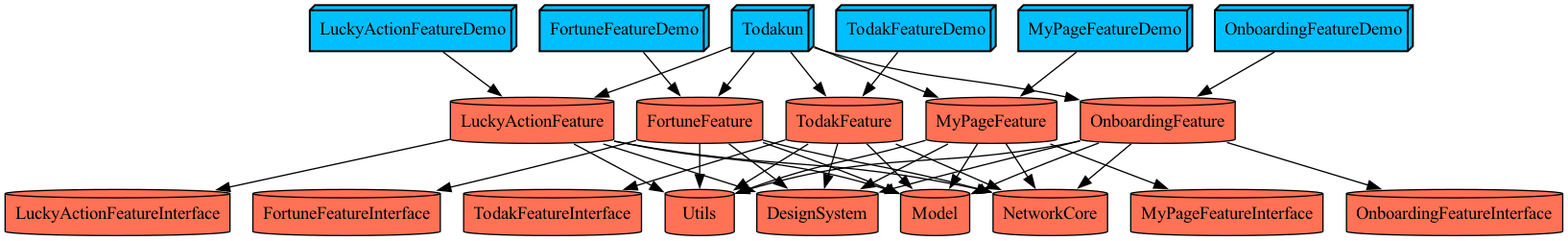
Earlier version of the Graphviz export docs/graph.png (YAPP-Github/28th-App-Team-2-iOS). Its source is kept beside it as docs/graph.dot. Its diagram source:
```dot
digraph {
  DesignSystem [fillcolor=coral1 shape=cylinder style=filled]
  FortuneFeature -> DesignSystem
  FortuneFeature -> FortuneFeatureInterface
  FortuneFeature -> Model
  FortuneFeature -> NetworkCore
  FortuneFeature -> Utils
  FortuneFeature [fillcolor=coral1 shape=cylinder style=filled]
  FortuneFeatureDemo -> FortuneFeature
  FortuneFeatureDemo [fillcolor=deepskyblue penwidth="1.5" shape=box3d style=filled]
  FortuneFeatureInterface [fillcolor=coral1 shape=cylinder style=filled]
  LuckyActionFeature -> DesignSystem
  LuckyActionFeature -> LuckyActionFeatureInterface
  LuckyActionFeature -> Model
  LuckyActionFeature -> NetworkCore
  LuckyActionFeature -> Utils
  LuckyActionFeature [fillcolor=coral1 shape=cylinder style=filled]
  LuckyActionFeatureDemo -> LuckyActionFeature
  LuckyActionFeatureDemo [fillcolor=deepskyblue penwidth="1.5" shape=box3d style=filled]
  LuckyActionFeatureInterface [fillcolor=coral1 shape=cylinder style=filled]
  Model [fillcolor=coral1 shape=cylinder style=filled]
  MyPageFeature -> DesignSystem
  MyPageFeature -> Model
  MyPageFeature -> MyPageFeatureInterface
  MyPageFeature -> NetworkCore
  MyPageFeature -> Utils
  MyPageFeature [fillcolor=coral1 shape=cylinder style=filled]
  MyPageFeatureDemo -> MyPageFeature
  MyPageFeatureDemo [fillcolor=deepskyblue penwidth="1.5" shape=box3d style=filled]
  MyPageFeatureInterface [fillcolor=coral1 shape=cylinder style=filled]
  NetworkCore [fillcolor=coral1 shape=cylinder style=filled]
  OnboardingFeature -> DesignSystem
  OnboardingFeature -> Model
  OnboardingFeature -> NetworkCore
  OnboardingFeature -> OnboardingFeatureInterface
  OnboardingFeature -> Utils
  OnboardingFeature [fillcolor=coral1 shape=cylinder style=filled]
  OnboardingFeatureDemo -> OnboardingFeature
  OnboardingFeatureDemo [fillcolor=deepskyblue penwidth="1.5" shape=box3d style=filled]
  OnboardingFeatureInterface [fillcolor=coral1 shape=cylinder style=filled]
  TodakFeature -> DesignSystem
  TodakFeature -> Model
  TodakFeature -> NetworkCore
  TodakFeature -> TodakFeatureInterface
  TodakFeature -> Utils
  TodakFeature [fillcolor=coral1 shape=cylinder style=filled]
  TodakFeatureDemo -> TodakFeature
  TodakFeatureDemo [fillcolor=deepskyblue penwidth="1.5" shape=box3d style=filled]
  TodakFeatureInterface [fillcolor=coral1 shape=cylinder style=filled]
  Todakun -> FortuneFeature
  Todakun -> LuckyActionFeature
  Todakun -> MyPageFeature
  Todakun -> OnboardingFeature
  Todakun -> TodakFeature
  Todakun [fillcolor=deepskyblue penwidth="1.5" shape=box3d style=filled]
  Utils [fillcolor=coral1 shape=cylinder style=filled]
}
```
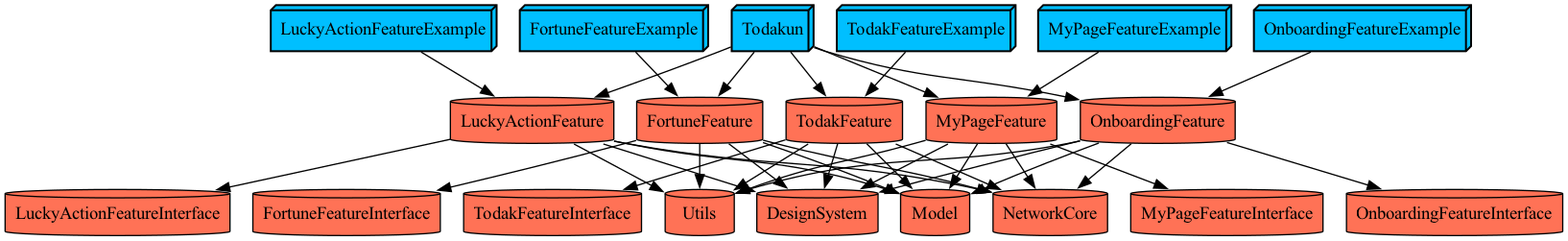
The same diagram one commit later.

The edit, as a diff of the source:
```diff
@@ -6,8 +6,8 @@
   FortuneFeature -> NetworkCore
   FortuneFeature -> Utils
   FortuneFeature [fillcolor=coral1 shape=cylinder style=filled]
-  FortuneFeatureDemo -> FortuneFeature
-  FortuneFeatureDemo [fillcolor=deepskyblue penwidth="1.5" shape=box3d style=filled]
+  FortuneFeatureExample -> FortuneFeature
+  FortuneFeatureExample [fillcolor=deepskyblue penwidth="1.5" shape=box3d style=filled]
   FortuneFeatureInterface [fillcolor=coral1 shape=cylinder style=filled]
   LuckyActionFeature -> DesignSystem
   LuckyActionFeature -> LuckyActionFeatureInterface
@@ -15,8 +15,8 @@
   LuckyActionFeature -> NetworkCore
   LuckyActionFeature -> Utils
   LuckyActionFeature [fillcolor=coral1 shape=cylinder style=filled]
-  LuckyActionFeatureDemo -> LuckyActionFeature
-  LuckyActionFeatureDemo [fillcolor=deepskyblue penwidth="1.5" shape=box3d style=filled]
+  LuckyActionFeatureExample -> LuckyActionFeature
+  LuckyActionFeatureExample [fillcolor=deepskyblue penwidth="1.5" shape=box3d style=filled]
   LuckyActionFeatureInterface [fillcolor=coral1 shape=cylinder style=filled]
   Model [fillcolor=coral1 shape=cylinder style=filled]
   MyPageFeature -> DesignSystem
@@ -25,8 +25,8 @@
   MyPageFeature -> NetworkCore
   MyPageFeature -> Utils
   MyPageFeature [fillcolor=coral1 shape=cylinder style=filled]
-  MyPageFeatureDemo -> MyPageFeature
-  MyPageFeatureDemo [fillcolor=deepskyblue penwidth="1.5" shape=box3d style=filled]
+  MyPageFeatureExample -> MyPageFeature
+  MyPageFeatureExample [fillcolor=deepskyblue penwidth="1.5" shape=box3d style=filled]
   MyPageFeatureInterface [fillcolor=coral1 shape=cylinder style=filled]
   NetworkCore [fillcolor=coral1 shape=cylinder style=filled]
   OnboardingFeature -> DesignSystem
@@ -35,8 +35,8 @@
   OnboardingFeature -> OnboardingFeatureInterface
   OnboardingFeature -> Utils
   OnboardingFeature [fillcolor=coral1 shape=cylinder style=filled]
-  OnboardingFeatureDemo -> OnboardingFeature
-  OnboardingFeatureDemo [fillcolor=deepskyblue penwidth="1.5" shape=box3d style=filled]
+  OnboardingFeatureExample -> OnboardingFeature
+  OnboardingFeatureExample [fillcolor=deepskyblue penwidth="1.5" shape=box3d style=filled]
   OnboardingFeatureInterface [fillcolor=coral1 shape=cylinder style=filled]
   TodakFeature -> DesignSystem
   TodakFeature -> Model
@@ -44,8 +44,8 @@
   TodakFeature -> TodakFeatureInterface
   TodakFeature -> Utils
   TodakFeature [fillcolor=coral1 shape=cylinder style=filled]
-  TodakFeatureDemo -> TodakFeature
-  TodakFeatureDemo [fillcolor=deepskyblue penwidth="1.5" shape=box3d style=filled]
+  TodakFeatureExample -> TodakFeature
+  TodakFeatureExample [fillcolor=deepskyblue penwidth="1.5" shape=box3d style=filled]
   TodakFeatureInterface [fillcolor=coral1 shape=cylinder style=filled]
   Todakun -> FortuneFeature
   Todakun -> LuckyActionFeature
```
